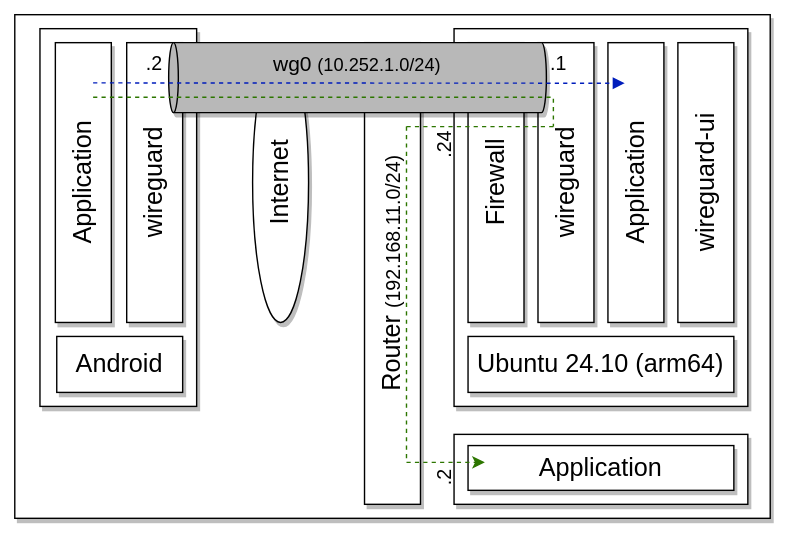
Before: images/wireguard-rpi4b.drawio.svg, a diagram exported from draw.io (ktkr3d/ktkr3d.github.io). Source tidied: cells renumbered, new cells last; positions are measured from the earlier drawing's top-left corner, leaving out a move shared by most shapes.
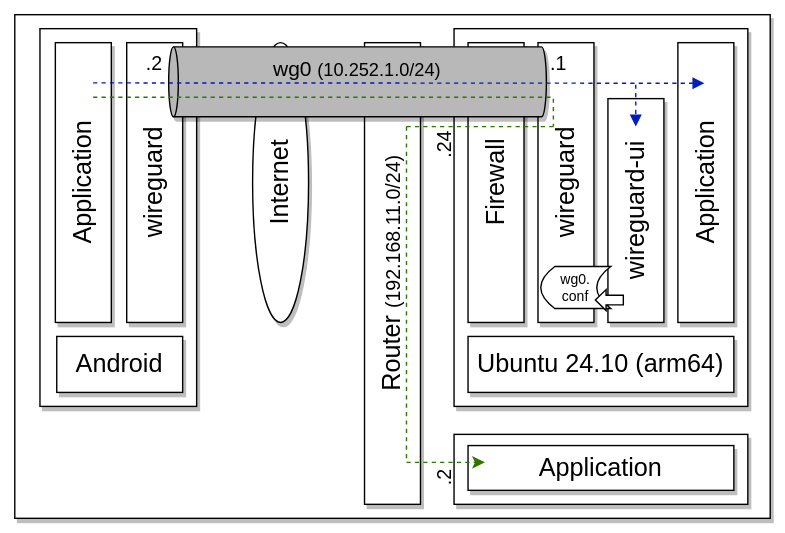
After the change.

The edit, as a diff of the source:
```diff
@@ -39,10 +39,10 @@
       <mxGeometry x="384" y="30" width="40" height="200" as="geometry" />
     </mxCell>
     <mxCell id="14" value="wireguard-ui" style="rounded=0;whiteSpace=wrap;html=1;horizontal=0;strokeColor=#000000;fillColor=#FFFFFF;fontColor=#000000;shadow=1;fontSize=18;" parent="1" vertex="1">
-      <mxGeometry x="484" y="30" width="40" height="200" as="geometry" />
+      <mxGeometry x="434" y="70" width="40" height="160" as="geometry" />
     </mxCell>
     <mxCell id="15" value="wg0 &lt;font style=&quot;font-size: 13px;&quot;&gt;(10.252.1.0/24)&lt;/font&gt;" style="shape=cylinder2;whiteSpace=wrap;html=1;boundedLbl=1;backgroundOutline=1;size=3.456849196861583;strokeColor=#000000;direction=north;fontColor=#000000;fillColor=#B8B8B8;shadow=1;fontSize=15;verticalAlign=top;" parent="1" vertex="1">
-      <mxGeometry x="120" y="30" width="270" height="50" as="geometry" />
+      <mxGeometry x="120" y="33" width="270" height="50" as="geometry" />
     </mxCell>
     <mxCell id="16" style="endArrow=none;html=1;dashed=1;fontSize=18;fontColor=#000000;fillColor=#60a917;strokeColor=#2D7600;entryX=0.4;entryY=0.195;entryDx=0;entryDy=0;entryPerimeter=0;" parent="1" edge="1">
       <mxGeometry relative="1" as="geometry">
@@ -81,12 +81,12 @@
       </mxGeometry>
     </mxCell>
     <mxCell id="23" value="Application" style="rounded=0;whiteSpace=wrap;html=1;horizontal=0;strokeColor=#000000;fillColor=#FFFFFF;fontColor=#000000;shadow=1;fontSize=18;" parent="1" vertex="1">
-      <mxGeometry x="434" y="30" width="40" height="200" as="geometry" />
+      <mxGeometry x="484" y="30" width="40" height="200" as="geometry" />
     </mxCell>
     <mxCell id="24" style="endArrow=block;html=1;dashed=1;fontSize=18;fontColor=#000000;fillColor=#0050ef;strokeColor=#001DBC;endFill=1;" parent="1" edge="1">
       <mxGeometry relative="1" as="geometry">
         <mxPoint x="66" y="58.8" as="sourcePoint" />
-        <mxPoint x="446" y="59" as="targetPoint" />
+        <mxPoint x="503" y="59" as="targetPoint" />
       </mxGeometry>
     </mxCell>
     <mxCell id="25" value=".24" style="rounded=0;whiteSpace=wrap;html=1;horizontal=0;strokeColor=none;fillColor=none;fontColor=#000000;shadow=1;fontSize=14;" parent="1" vertex="1">
@@ -101,5 +101,17 @@
     <mxCell id="28" value=".2" style="rounded=0;whiteSpace=wrap;html=1;strokeColor=none;fillColor=none;fontColor=#000000;shadow=1;fontSize=14;" parent="1" vertex="1">
       <mxGeometry x="95" y="30" width="30" height="30" as="geometry" />
     </mxCell>
+    <mxCell id="29" value="wg0.&lt;br style=&quot;font-size: 10px;&quot;&gt;conf" style="shape=dataStorage;whiteSpace=wrap;html=1;fixedSize=1;size=10;strokeColor=#000000;fillColor=#FFFFFF;fontColor=#000000;fontSize=10;" parent="1" vertex="1">
+      <mxGeometry x="386" y="190" width="50" height="30" as="geometry" />
+    </mxCell>
+    <mxCell id="30" style="endArrow=block;html=1;dashed=1;fontSize=18;fontColor=#000000;fillColor=#0050ef;strokeColor=#001DBC;endFill=1;" parent="1" edge="1">
+      <mxGeometry relative="1" as="geometry">
+        <mxPoint x="453.9" y="60" as="sourcePoint" />
+        <mxPoint x="453.9" y="90" as="targetPoint" />
+      </mxGeometry>
+    </mxCell>
+    <mxCell id="31" style="shape=singleArrow;direction=west;whiteSpace=wrap;html=1;strokeColor=#000000;fontSize=10;fontColor=#000000;fillColor=#FFFFFF;arrowWidth=0.453793103448279;arrowSize=0.38333333333333713;" parent="1" vertex="1">
+      <mxGeometry x="425" y="206.5" width="20" height="15" as="geometry" />
+    </mxCell>
   </root>
 </mxGraphModel>
```
